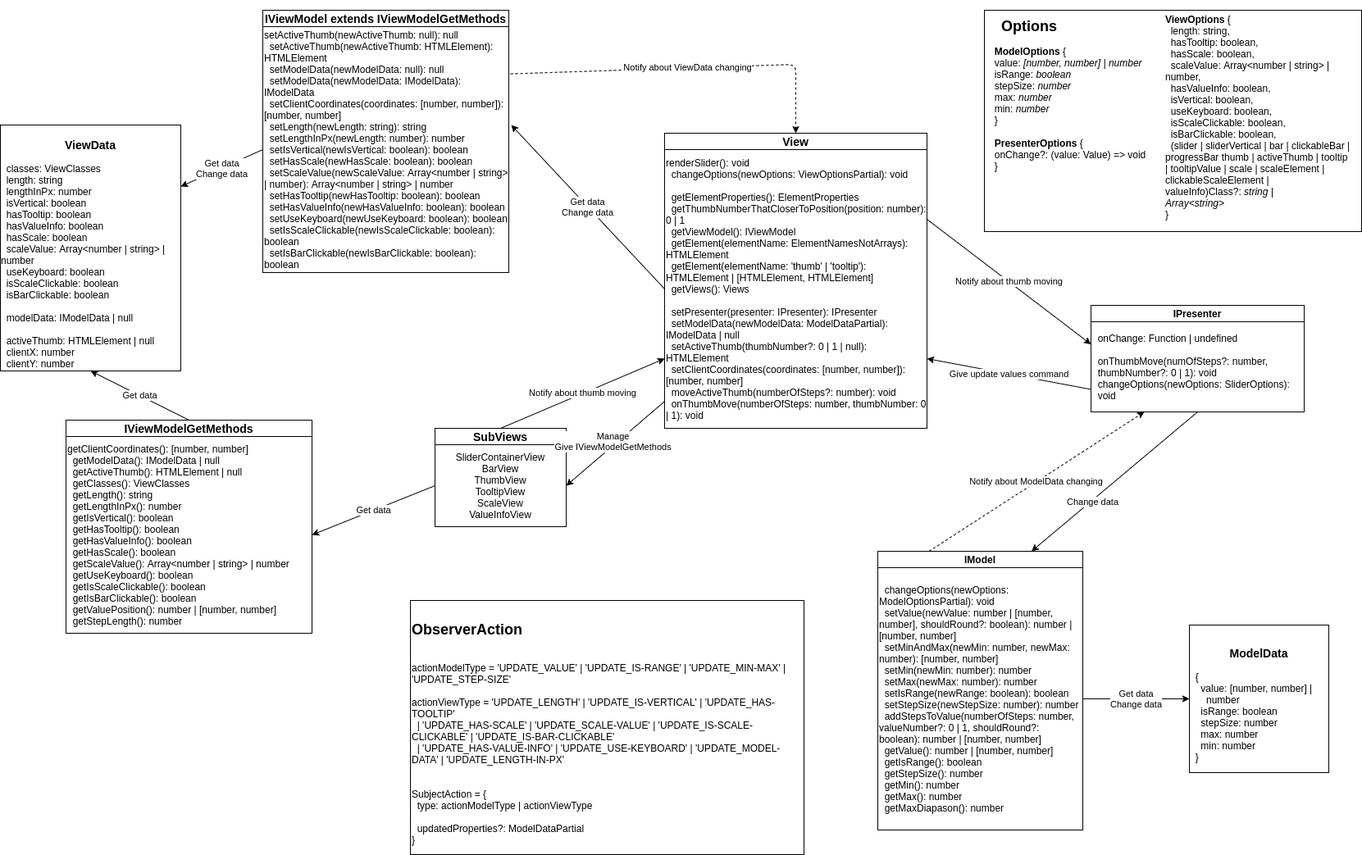
Before: slider-uml.png, a diagram exported from draw.io (vrRoman/FSD-frontend-4-task). Source tidied: cells renumbered, new cells last; positions are measured from the earlier drawing's top-left corner, leaving out a move shared by most shapes.
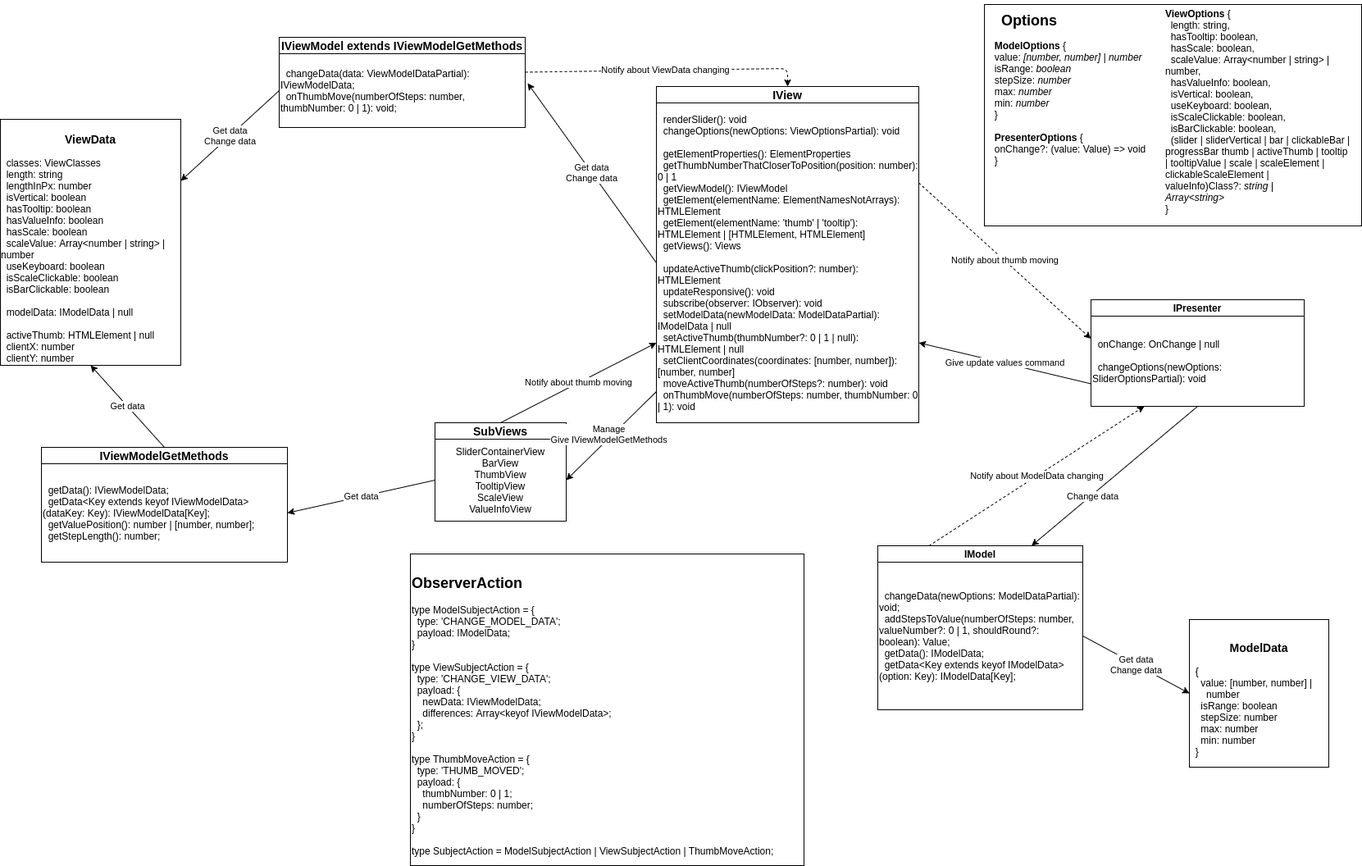
Above is the later version.

Change to the diagram source:
```diff
@@ -7,4 +7,4 @@
     </mxCell>
-    <mxCell id="3" value="&lt;div&gt;&lt;span style=&quot;font-size: 12px&quot;&gt;&amp;nbsp; changeOptions(newOptions: ModelOptionsPartial): void&lt;/span&gt;&lt;/div&gt;&lt;div&gt;&lt;span style=&quot;font-size: 12px&quot;&gt;&amp;nbsp; setValue(newValue: number | [number, number], shouldRound?: boolean): number | [number, number]&lt;/span&gt;&lt;/div&gt;&lt;div&gt;&lt;span style=&quot;font-size: 12px&quot;&gt;&amp;nbsp; setMinAndMax(newMin: number, newMax: number): [number, number]&lt;/span&gt;&lt;/div&gt;&lt;div&gt;&lt;span style=&quot;font-size: 12px&quot;&gt;&amp;nbsp; setMin(newMin: number): number&lt;/span&gt;&lt;/div&gt;&lt;div&gt;&lt;span style=&quot;font-size: 12px&quot;&gt;&amp;nbsp; setMax(newMax: number): number&lt;/span&gt;&lt;/div&gt;&lt;div&gt;&lt;span style=&quot;font-size: 12px&quot;&gt;&amp;nbsp; setIsRange(newRange: boolean): boolean&lt;/span&gt;&lt;/div&gt;&lt;div&gt;&lt;span style=&quot;font-size: 12px&quot;&gt;&amp;nbsp; setStepSize(newStepSize: number): number&lt;/span&gt;&lt;/div&gt;&lt;div&gt;&lt;span style=&quot;font-size: 12px&quot;&gt;&amp;nbsp; addStepsToValue(numberOfSteps: number, valueNumber?: 0 | 1, shouldRound?: boolean): number | [number, number]&lt;/span&gt;&lt;/div&gt;&lt;div&gt;&lt;span style=&quot;font-size: 12px&quot;&gt;&amp;nbsp; getValue(): number | [number, number]&lt;/span&gt;&lt;/div&gt;&lt;div&gt;&lt;span style=&quot;font-size: 12px&quot;&gt;&amp;nbsp; getIsRange(): boolean&lt;/span&gt;&lt;/div&gt;&lt;div&gt;&lt;span style=&quot;font-size: 12px&quot;&gt;&amp;nbsp; getStepSize(): number&lt;/span&gt;&lt;/div&gt;&lt;div&gt;&lt;span style=&quot;font-size: 12px&quot;&gt;&amp;nbsp; getMin(): number&lt;/span&gt;&lt;/div&gt;&lt;div&gt;&lt;span style=&quot;font-size: 12px&quot;&gt;&amp;nbsp; getMax(): number&lt;/span&gt;&lt;/div&gt;&lt;div&gt;&lt;span style=&quot;font-size: 12px&quot;&gt;&amp;nbsp; getMaxDiapason(): number&lt;/span&gt;&lt;/div&gt;" style="rounded=0;whiteSpace=wrap;html=1;align=left;" parent="1" vertex="1">
-      <mxGeometry x="1070" y="680" width="250" height="320" as="geometry" />
+    <mxCell id="3" value="&lt;div&gt;&amp;nbsp; changeData(newOptions: ModelDataPartial): void;&lt;/div&gt;&lt;div&gt;&amp;nbsp; addStepsToValue(numberOfSteps: number, valueNumber?: 0 | 1, shouldRound?: boolean): Value;&lt;/div&gt;&lt;div&gt;&amp;nbsp; getData(): IModelData;&lt;/div&gt;&lt;div&gt;&amp;nbsp; getData&amp;lt;Key extends keyof IModelData&amp;gt;(option: Key): IModelData[Key];&lt;/div&gt;" style="rounded=0;whiteSpace=wrap;html=1;align=left;" parent="1" vertex="1">
+      <mxGeometry x="1070" y="680" width="250" height="180" as="geometry" />
     </mxCell>
@@ -13,7 +13,7 @@
     </mxCell>
-    <mxCell id="5" value="&lt;h3&gt;&lt;b&gt;View&lt;/b&gt;&lt;/h3&gt;" style="rounded=0;whiteSpace=wrap;html=1;fillColor=#ffffff;" parent="1" vertex="1">
-      <mxGeometry x="810" y="150" width="320" height="20" as="geometry" />
+    <mxCell id="5" value="&lt;h3&gt;&lt;b&gt;IView&lt;/b&gt;&lt;/h3&gt;" style="rounded=0;whiteSpace=wrap;html=1;fillColor=#ffffff;" parent="1" vertex="1">
+      <mxGeometry x="800" y="100" width="320" height="20" as="geometry" />
     </mxCell>
-    <mxCell id="6" value="&lt;div&gt;&lt;span style=&quot;font-size: 12px&quot;&gt;renderSlider(): void&lt;/span&gt;&lt;/div&gt;&lt;div&gt;&lt;span style=&quot;font-size: 12px&quot;&gt;&amp;nbsp; changeOptions(newOptions: ViewOptionsPartial): void&lt;/span&gt;&lt;/div&gt;&lt;div&gt;&lt;span style=&quot;font-size: 12px&quot;&gt;&lt;br&gt;&lt;/span&gt;&lt;/div&gt;&lt;div&gt;&lt;span style=&quot;font-size: 12px&quot;&gt;&amp;nbsp; getElementProperties(): ElementProperties&lt;/span&gt;&lt;/div&gt;&lt;div&gt;&lt;span style=&quot;font-size: 12px&quot;&gt;&amp;nbsp; getThumbNumberThatCloserToPosition(position: number): 0 | 1&lt;/span&gt;&lt;/div&gt;&lt;div&gt;&lt;span style=&quot;font-size: 12px&quot;&gt;&amp;nbsp; getViewModel(): IViewModel&lt;/span&gt;&lt;/div&gt;&lt;div&gt;&lt;span style=&quot;font-size: 12px&quot;&gt;&amp;nbsp; getElement(elementName: ElementNamesNotArrays): HTMLElement&lt;/span&gt;&lt;/div&gt;&lt;div&gt;&lt;span style=&quot;font-size: 12px&quot;&gt;&amp;nbsp; getElement(elementName: 'thumb' | 'tooltip'): HTMLElement | [HTMLElement, HTMLElement]&lt;/span&gt;&lt;/div&gt;&lt;div&gt;&lt;span style=&quot;font-size: 12px&quot;&gt;&amp;nbsp; getViews(): Views&lt;/span&gt;&lt;/div&gt;&lt;div&gt;&lt;span style=&quot;font-size: 12px&quot;&gt;&lt;br&gt;&lt;/span&gt;&lt;/div&gt;&lt;div&gt;&lt;span style=&quot;font-size: 12px&quot;&gt;&amp;nbsp; setPresenter(presenter: IPresenter): IPresenter&lt;/span&gt;&lt;/div&gt;&lt;div&gt;&lt;span style=&quot;font-size: 12px&quot;&gt;&amp;nbsp; setModelData(newModelData: ModelDataPartial): IModelData | null&lt;/span&gt;&lt;/div&gt;&lt;div&gt;&lt;span style=&quot;font-size: 12px&quot;&gt;&amp;nbsp; setActiveThumb(thumbNumber?: 0 | 1 | null): HTMLElement&lt;/span&gt;&lt;/div&gt;&lt;div&gt;&lt;span style=&quot;font-size: 12px&quot;&gt;&amp;nbsp; setClientCoordinates(coordinates: [number, number]): [number, number]&lt;/span&gt;&lt;/div&gt;&lt;div&gt;&lt;span style=&quot;font-size: 12px&quot;&gt;&amp;nbsp; moveActiveThumb(numberOfSteps?: number): void&lt;/span&gt;&lt;/div&gt;&lt;div&gt;&lt;span style=&quot;font-size: 12px&quot;&gt;&amp;nbsp; onThumbMove(numberOfSteps: number, thumbNumber: 0 | 1): void&lt;/span&gt;&lt;/div&gt;" style="rounded=0;whiteSpace=wrap;html=1;fillColor=#ffffff;align=left;" parent="1" vertex="1">
-      <mxGeometry x="810" y="170" width="320" height="340" as="geometry" />
+    <mxCell id="6" value="&lt;div&gt;&amp;nbsp; renderSlider(): void&lt;/div&gt;&lt;div&gt;&amp;nbsp; changeOptions(newOptions: ViewOptionsPartial): void&lt;/div&gt;&lt;div&gt;&lt;br&gt;&lt;/div&gt;&lt;div&gt;&amp;nbsp; getElementProperties(): ElementProperties&lt;/div&gt;&lt;div&gt;&amp;nbsp; getThumbNumberThatCloserToPosition(position: number): 0 | 1&lt;/div&gt;&lt;div&gt;&amp;nbsp; getViewModel(): IViewModel&lt;/div&gt;&lt;div&gt;&amp;nbsp; getElement(elementName: ElementNamesNotArrays): HTMLElement&lt;/div&gt;&lt;div&gt;&amp;nbsp; getElement(elementName: 'thumb' | 'tooltip'): HTMLElement | [HTMLElement, HTMLElement]&lt;/div&gt;&lt;div&gt;&amp;nbsp; getViews(): Views&lt;/div&gt;&lt;div&gt;&lt;br&gt;&lt;/div&gt;&lt;div&gt;&amp;nbsp; updateActiveThumb(clickPosition?: number): HTMLElement&lt;/div&gt;&lt;div&gt;&amp;nbsp; updateResponsive(): void&lt;/div&gt;&lt;div&gt;&amp;nbsp; subscribe(observer: IObserver): void&lt;/div&gt;&lt;div&gt;&amp;nbsp; setModelData(newModelData: ModelDataPartial): IModelData | null&lt;/div&gt;&lt;div&gt;&amp;nbsp; setActiveThumb(thumbNumber?: 0 | 1 | null): HTMLElement | null&lt;/div&gt;&lt;div&gt;&amp;nbsp; setClientCoordinates(coordinates: [number, number]): [number, number]&lt;/div&gt;&lt;div&gt;&amp;nbsp; moveActiveThumb(numberOfSteps?: number): void&lt;/div&gt;&lt;div&gt;&amp;nbsp; onThumbMove(numberOfSteps: number, thumbNumber: 0 | 1): void&lt;/div&gt;" style="rounded=0;whiteSpace=wrap;html=1;fillColor=#ffffff;align=left;" parent="1" vertex="1">
+      <mxGeometry x="800" y="120" width="320" height="390" as="geometry" />
     </mxCell>
@@ -22,7 +22,7 @@
     </mxCell>
-    <mxCell id="8" value="&lt;div&gt;&amp;nbsp; onChange: Function | undefined&lt;/div&gt;&lt;div&gt;&lt;br&gt;&lt;/div&gt;&lt;div&gt;&amp;nbsp; onThumbMove(numOfSteps?: number,&amp;nbsp; &amp;nbsp; &amp;nbsp; &amp;nbsp; &amp;nbsp; &amp;nbsp; &amp;nbsp; &amp;nbsp; thumbNumber?: 0 | 1): void&lt;/div&gt;&lt;div&gt;&amp;nbsp; changeOptions(newOptions: SliderOptions):&amp;nbsp; &amp;nbsp; &amp;nbsp; &amp;nbsp; void&lt;/div&gt;" style="rounded=0;whiteSpace=wrap;html=1;fillColor=#ffffff;align=left;" parent="1" vertex="1">
+    <mxCell id="8" value="&lt;div&gt;&amp;nbsp; onChange: OnChange | null&lt;/div&gt;&lt;div&gt;&lt;br&gt;&lt;/div&gt;&lt;div&gt;&amp;nbsp; changeOptions(newOptions: SliderOptionsPartial): void&lt;/div&gt;" style="rounded=0;whiteSpace=wrap;html=1;fillColor=#ffffff;align=left;" parent="1" vertex="1">
       <mxGeometry x="1330" y="380" width="260" height="110" as="geometry" />
     </mxCell>
-    <mxCell id="9" value="&lt;h2&gt;&lt;b&gt;ObserverAction&lt;/b&gt;&lt;/h2&gt;&lt;div&gt;&lt;b&gt;&lt;br&gt;&lt;/b&gt;&lt;/div&gt;&lt;div&gt;&lt;div&gt;&lt;span style=&quot;font-size: 12px&quot;&gt;actionModelType = 'UPDATE_VALUE' | 'UPDATE_IS-RANGE' | 'UPDATE_MIN-MAX' | 'UPDATE_STEP-SIZE'&lt;/span&gt;&lt;/div&gt;&lt;div&gt;&lt;span style=&quot;font-size: 12px&quot;&gt;&lt;br&gt;&lt;/span&gt;&lt;/div&gt;&lt;div&gt;&lt;span style=&quot;font-size: 12px&quot;&gt;actionViewType = 'UPDATE_LENGTH' | 'UPDATE_IS-VERTICAL' | 'UPDATE_HAS-TOOLTIP'&lt;/span&gt;&lt;/div&gt;&lt;div&gt;&lt;span style=&quot;font-size: 12px&quot;&gt;&amp;nbsp; | 'UPDATE_HAS-SCALE' | 'UPDATE_SCALE-VALUE' | 'UPDATE_IS-SCALE-CLICKABLE' | 'UPDATE_IS-BAR-CLICKABLE'&lt;/span&gt;&lt;/div&gt;&lt;div&gt;&lt;span style=&quot;font-size: 12px&quot;&gt;&amp;nbsp; | 'UPDATE_HAS-VALUE-INFO' | 'UPDATE_USE-KEYBOARD' | 'UPDATE_MODEL-DATA' | 'UPDATE_LENGTH-IN-PX'&lt;/span&gt;&lt;/div&gt;&lt;/div&gt;&lt;div&gt;&lt;br&gt;&lt;/div&gt;&lt;div&gt;&lt;br&gt;&lt;/div&gt;&lt;div&gt;&lt;div&gt;&lt;span style=&quot;font-size: 12px&quot;&gt;SubjectAction = {&lt;/span&gt;&lt;/div&gt;&lt;div&gt;&lt;span style=&quot;font-size: 12px&quot;&gt;&amp;nbsp; type: actionModelType | actionViewType&lt;/span&gt;&lt;/div&gt;&lt;div&gt;&lt;span style=&quot;font-size: 12px&quot;&gt;&lt;br&gt;&lt;/span&gt;&lt;/div&gt;&lt;div&gt;&lt;span style=&quot;font-size: 12px&quot;&gt;&amp;nbsp; updatedProperties?: ModelDataPartial&lt;/span&gt;&lt;/div&gt;&lt;div&gt;&lt;span style=&quot;font-size: 12px&quot;&gt;}&lt;/span&gt;&lt;/div&gt;&lt;/div&gt;" style="rounded=0;whiteSpace=wrap;html=1;fillColor=#ffffff;align=left;" parent="1" vertex="1">
-      <mxGeometry x="500" y="720" width="480" height="310" as="geometry" />
+    <mxCell id="9" value="&lt;h2&gt;&lt;b&gt;ObserverAction&lt;/b&gt;&lt;/h2&gt;&lt;div&gt;&lt;div&gt;type ModelSubjectAction = {&lt;/div&gt;&lt;div&gt;&amp;nbsp; type: 'CHANGE_MODEL_DATA';&lt;/div&gt;&lt;div&gt;&amp;nbsp; payload: IModelData;&lt;/div&gt;&lt;div&gt;}&lt;/div&gt;&lt;div&gt;&lt;br&gt;&lt;/div&gt;&lt;div&gt;type ViewSubjectAction = {&lt;/div&gt;&lt;div&gt;&amp;nbsp; type: 'CHANGE_VIEW_DATA';&lt;/div&gt;&lt;div&gt;&amp;nbsp; payload: {&lt;/div&gt;&lt;div&gt;&amp;nbsp; &amp;nbsp; newData: IViewModelData;&lt;/div&gt;&lt;div&gt;&amp;nbsp; &amp;nbsp; differences: Array&amp;lt;keyof IViewModelData&amp;gt;;&lt;/div&gt;&lt;div&gt;&amp;nbsp; };&lt;/div&gt;&lt;div&gt;}&lt;/div&gt;&lt;div&gt;&lt;br&gt;&lt;/div&gt;&lt;div&gt;type ThumbMoveAction = {&lt;/div&gt;&lt;div&gt;&amp;nbsp; type: 'THUMB_MOVED';&lt;/div&gt;&lt;div&gt;&amp;nbsp; payload: {&lt;/div&gt;&lt;div&gt;&amp;nbsp; &amp;nbsp; thumbNumber: 0 | 1;&lt;/div&gt;&lt;div&gt;&amp;nbsp; &amp;nbsp; numberOfSteps: number;&lt;/div&gt;&lt;div&gt;&amp;nbsp; }&lt;/div&gt;&lt;div&gt;}&lt;/div&gt;&lt;div&gt;&lt;br&gt;&lt;/div&gt;&lt;div&gt;type SubjectAction = ModelSubjectAction | ViewSubjectAction | ThumbMoveAction;&lt;/div&gt;&lt;/div&gt;" style="rounded=0;whiteSpace=wrap;html=1;fillColor=#ffffff;align=left;" parent="1" vertex="1">
+      <mxGeometry x="500" y="670" width="480" height="380" as="geometry" />
     </mxCell>
@@ -34,7 +34,7 @@
     </mxCell>
-    <mxCell id="12" value="&lt;div&gt;&lt;span style=&quot;font-size: 12px&quot;&gt;setActiveThumb(newActiveThumb: null): null&lt;/span&gt;&lt;/div&gt;&lt;div&gt;&lt;span style=&quot;font-size: 12px&quot;&gt;&amp;nbsp; setActiveThumb(newActiveThumb: HTMLElement): HTMLElement&lt;/span&gt;&lt;/div&gt;&lt;div&gt;&lt;span style=&quot;font-size: 12px&quot;&gt;&amp;nbsp; setModelData(newModelData: null): null&lt;/span&gt;&lt;/div&gt;&lt;div&gt;&lt;span style=&quot;font-size: 12px&quot;&gt;&amp;nbsp; setModelData(newModelData: IModelData): IModelData&lt;/span&gt;&lt;/div&gt;&lt;div&gt;&lt;span style=&quot;font-size: 12px&quot;&gt;&amp;nbsp; setClientCoordinates(coordinates: [number, number]): [number, number]&lt;/span&gt;&lt;/div&gt;&lt;div&gt;&lt;span style=&quot;font-size: 12px&quot;&gt;&amp;nbsp; setLength(newLength: string): string&lt;/span&gt;&lt;/div&gt;&lt;div&gt;&lt;span style=&quot;font-size: 12px&quot;&gt;&amp;nbsp; setLengthInPx(newLength: number): number&lt;/span&gt;&lt;/div&gt;&lt;div&gt;&lt;span style=&quot;font-size: 12px&quot;&gt;&amp;nbsp; setIsVertical(newIsVertical: boolean): boolean&lt;/span&gt;&lt;/div&gt;&lt;div&gt;&lt;span style=&quot;font-size: 12px&quot;&gt;&amp;nbsp; setHasScale(newHasScale: boolean): boolean&lt;/span&gt;&lt;/div&gt;&lt;div&gt;&lt;span style=&quot;font-size: 12px&quot;&gt;&amp;nbsp; setScaleValue(newScaleValue: Array&amp;lt;number | string&amp;gt; | number): Array&amp;lt;number | string&amp;gt; | number&lt;/span&gt;&lt;/div&gt;&lt;div&gt;&lt;span style=&quot;font-size: 12px&quot;&gt;&amp;nbsp; setHasTooltip(newHasTooltip: boolean): boolean&lt;/span&gt;&lt;/div&gt;&lt;div&gt;&lt;span style=&quot;font-size: 12px&quot;&gt;&amp;nbsp; setHasValueInfo(newHasValueInfo: boolean): boolean&lt;/span&gt;&lt;/div&gt;&lt;div&gt;&lt;span style=&quot;font-size: 12px&quot;&gt;&amp;nbsp; setUseKeyboard(newUseKeyboard: boolean): boolean&lt;/span&gt;&lt;/div&gt;&lt;div&gt;&lt;span style=&quot;font-size: 12px&quot;&gt;&amp;nbsp; setIsScaleClickable(newIsScaleClickable: boolean): boolean&lt;/span&gt;&lt;/div&gt;&lt;div&gt;&lt;span style=&quot;font-size: 12px&quot;&gt;&amp;nbsp; setIsBarClickable(newIsBarClickable: boolean): boolean&lt;/span&gt;&lt;/div&gt;" style="rounded=0;whiteSpace=wrap;html=1;align=left;" parent="1" vertex="1">
-      <mxGeometry x="320" y="20" width="300" height="300" as="geometry" />
+    <mxCell id="12" value="&lt;div&gt;&amp;nbsp; changeData(data: ViewModelDataPartial): IViewModelData;&lt;/div&gt;&lt;div&gt;&amp;nbsp; onThumbMove(numberOfSteps: number, thumbNumber: 0 | 1): void;&lt;/div&gt;" style="rounded=0;whiteSpace=wrap;html=1;align=left;" parent="1" vertex="1">
+      <mxGeometry x="340" y="60" width="300" height="90" as="geometry" />
     </mxCell>
     <mxCell id="13" value="&lt;h3&gt;IViewModel extends IViewModelGetMethods&lt;/h3&gt;" style="rounded=0;whiteSpace=wrap;html=1;" parent="1" vertex="1">
-      <mxGeometry x="320" width="300" height="20" as="geometry" />
+      <mxGeometry x="340" y="40" width="300" height="20" as="geometry" />
     </mxCell>
@@ -43,7 +43,7 @@
     </mxCell>
-    <mxCell id="15" value="&lt;div&gt;&lt;span style=&quot;font-size: 12px&quot;&gt;getClientCoordinates(): [number, number]&lt;/span&gt;&lt;/div&gt;&lt;div&gt;&lt;span style=&quot;font-size: 12px&quot;&gt;&amp;nbsp; getModelData(): IModelData | null&lt;/span&gt;&lt;/div&gt;&lt;div&gt;&lt;span style=&quot;font-size: 12px&quot;&gt;&amp;nbsp; getActiveThumb(): HTMLElement | null&lt;/span&gt;&lt;/div&gt;&lt;div&gt;&lt;span style=&quot;font-size: 12px&quot;&gt;&amp;nbsp; getClasses(): ViewClasses&lt;/span&gt;&lt;/div&gt;&lt;div&gt;&lt;span style=&quot;font-size: 12px&quot;&gt;&amp;nbsp; getLength(): string&lt;/span&gt;&lt;/div&gt;&lt;div&gt;&lt;span style=&quot;font-size: 12px&quot;&gt;&amp;nbsp; getLengthInPx(): number&lt;/span&gt;&lt;/div&gt;&lt;div&gt;&lt;span style=&quot;font-size: 12px&quot;&gt;&amp;nbsp; getIsVertical(): boolean&lt;/span&gt;&lt;/div&gt;&lt;div&gt;&lt;span style=&quot;font-size: 12px&quot;&gt;&amp;nbsp; getHasTooltip(): boolean&lt;/span&gt;&lt;/div&gt;&lt;div&gt;&lt;span style=&quot;font-size: 12px&quot;&gt;&amp;nbsp; getHasValueInfo(): boolean&lt;/span&gt;&lt;/div&gt;&lt;div&gt;&lt;span style=&quot;font-size: 12px&quot;&gt;&amp;nbsp; getHasScale(): boolean&lt;/span&gt;&lt;/div&gt;&lt;div&gt;&lt;span style=&quot;font-size: 12px&quot;&gt;&amp;nbsp; getScaleValue(): Array&amp;lt;number | string&amp;gt; | number&lt;/span&gt;&lt;/div&gt;&lt;div&gt;&lt;span style=&quot;font-size: 12px&quot;&gt;&amp;nbsp; getUseKeyboard(): boolean&lt;/span&gt;&lt;/div&gt;&lt;div&gt;&lt;span style=&quot;font-size: 12px&quot;&gt;&amp;nbsp; getIsScaleClickable(): boolean&lt;/span&gt;&lt;/div&gt;&lt;div&gt;&lt;span style=&quot;font-size: 12px&quot;&gt;&amp;nbsp; getIsBarClickable(): boolean&lt;/span&gt;&lt;/div&gt;&lt;div&gt;&lt;span style=&quot;font-size: 12px&quot;&gt;&amp;nbsp; getValuePosition(): number | [number, number]&lt;/span&gt;&lt;/div&gt;&lt;div&gt;&lt;span style=&quot;font-size: 12px&quot;&gt;&amp;nbsp; getStepLength(): number&lt;/span&gt;&lt;/div&gt;" style="rounded=0;whiteSpace=wrap;html=1;align=left;" parent="1" vertex="1">
-      <mxGeometry x="80" y="520" width="300" height="240" as="geometry" />
+    <mxCell id="15" value="&lt;div&gt;&amp;nbsp; getData(): IViewModelData;&lt;/div&gt;&lt;div&gt;&amp;nbsp; getData&amp;lt;Key extends keyof IViewModelData&amp;gt;(dataKey: Key): IViewModelData[Key];&lt;/div&gt;&lt;div&gt;&amp;nbsp; getValuePosition(): number | [number, number];&lt;/div&gt;&lt;div&gt;&amp;nbsp; getStepLength(): number;&lt;/div&gt;" style="rounded=0;whiteSpace=wrap;html=1;align=left;" parent="1" vertex="1">
+      <mxGeometry x="50" y="560" width="300" height="120" as="geometry" />
     </mxCell>
     <mxCell id="16" value="&lt;h3&gt;IViewModelGetMethods&lt;/h3&gt;" style="rounded=0;whiteSpace=wrap;html=1;" parent="1" vertex="1">
-      <mxGeometry x="80" y="500" width="300" height="20" as="geometry" />
+      <mxGeometry x="50" y="540" width="300" height="20" as="geometry" />
     </mxCell>
@@ -73,6 +73,6 @@
     </mxCell>
-    <mxCell id="25" value="Notify about ViewData changing" style="endArrow=classic;html=1;exitX=1.007;exitY=0.192;exitDx=0;exitDy=0;exitPerimeter=0;entryX=0.5;entryY=0;entryDx=0;entryDy=0;dashed=1;" parent="1" edge="1" source="12" target="5">
+    <mxCell id="25" value="Notify about ViewData changing" style="endArrow=classic;html=1;entryX=0.5;entryY=0;entryDx=0;entryDy=0;dashed=1;exitX=1;exitY=0.25;exitDx=0;exitDy=0;" parent="1" edge="1" source="12" target="5">
       <mxGeometry relative="1" as="geometry">
         <Array as="points">
-          <mxPoint x="970" y="66" />
+          <mxPoint x="960" y="78" />
         </Array>
@@ -89,3 +89,3 @@
     </mxCell>
-    <mxCell id="29" value="Notify about thumb moving" style="endArrow=classic;html=1;exitX=1;exitY=0.25;exitDx=0;exitDy=0;entryX=0;entryY=0.25;entryDx=0;entryDy=0;" parent="1" edge="1" source="6" target="8">
+    <mxCell id="29" value="Notify about thumb moving" style="endArrow=classic;html=1;exitX=1;exitY=0.25;exitDx=0;exitDy=0;entryX=0;entryY=0.25;entryDx=0;entryDy=0;dashed=1;" parent="1" edge="1" source="6" target="8">
       <mxGeometry relative="1" as="geometry" />
```
